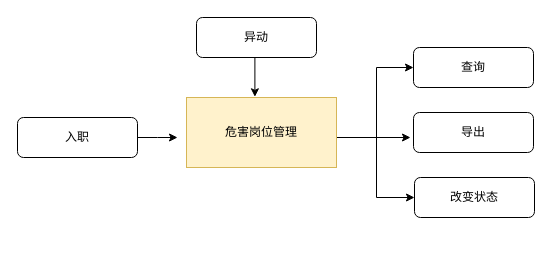
Earlier version of the draw.io diagram 危害岗位管理.drawio (pbm0802/GitIDEATest). Source tidied: cells renumbered, new cells numbered last; positions are measured from the earlier drawing's top-left corner, leaving out a move shared by most shapes. Both pictures are drawn from the tidied source at 100%, with x=0, y=0 at pixel (17, 17).
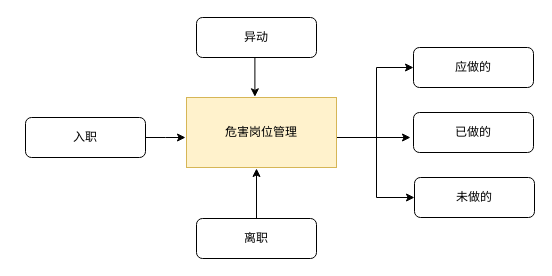
After the change.

Commit message (it also covers changes not shown here):
更新危害岗位管理.drawio

Change to the diagram source:
```diff
@@
-    <mxCell id="8" value="查询" style="rounded=1;whiteSpace=wrap;html=1;fontSize=12;glass=0;strokeWidth=1;shadow=0;" parent="1" vertex="1">
+    <mxCell id="8" value="应做的" style="rounded=1;whiteSpace=wrap;html=1;fontSize=12;glass=0;strokeWidth=1;shadow=0;" parent="1" vertex="1">
       <mxGeometry x="396" y="30" width="120" height="40" as="geometry" />
     </mxCell>
-    <mxCell id="9" value="导出" style="rounded=1;whiteSpace=wrap;html=1;fontSize=12;glass=0;strokeWidth=1;shadow=0;" parent="1" vertex="1">
+    <mxCell id="9" value="已做的" style="rounded=1;whiteSpace=wrap;html=1;fontSize=12;glass=0;strokeWidth=1;shadow=0;" parent="1" vertex="1">
       <mxGeometry x="396" y="95" width="120" height="40" as="geometry" />
     </mxCell>
-    <mxCell id="10" value="改变状态" style="rounded=1;whiteSpace=wrap;html=1;fontSize=12;glass=0;strokeWidth=1;shadow=0;" parent="1" vertex="1">
+    <mxCell id="10" value="未做的" style="rounded=1;whiteSpace=wrap;html=1;fontSize=12;glass=0;strokeWidth=1;shadow=0;" parent="1" vertex="1">
       <mxGeometry x="397" y="160" width="120" height="40" as="geometry" />
     </mxCell>
     <mxCell id="11" style="edgeStyle=orthogonalEdgeStyle;rounded=0;jettySize=auto;html=1;exitX=1;exitY=0.5;exitDx=0;exitDy=0;" parent="1" edge="1" source="12">
       <mxGeometry relative="1" as="geometry">
-        <mxPoint x="160" y="120" as="targetPoint" />
+        <mxPoint x="168" y="120" as="targetPoint" />
       </mxGeometry>
     </mxCell>
     <mxCell id="12" value="入职" style="rounded=1;whiteSpace=wrap;html=1;fontSize=12;glass=0;strokeWidth=1;shadow=0;" parent="1" vertex="1">
-      <mxGeometry y="100" width="120" height="40" as="geometry" />
+      <mxGeometry x="8" y="100" width="120" height="40" as="geometry" />
     </mxCell>
+    <mxCell id="13" style="edgeStyle=orthogonalEdgeStyle;rounded=0;jettySize=auto;html=1;exitX=0.5;exitY=0;exitDx=0;exitDy=0;" parent="1" edge="1" source="14">
+      <mxGeometry relative="1" as="geometry">
+        <mxPoint x="239" y="151" as="targetPoint" />
+      </mxGeometry>
+    </mxCell>
+    <mxCell id="14" value="离职" style="rounded=1;whiteSpace=wrap;html=1;fontSize=12;glass=0;strokeWidth=1;shadow=0;" parent="1" vertex="1">
+      <mxGeometry x="179" y="201" width="120" height="40" as="geometry" />
+    </mxCell>
```
